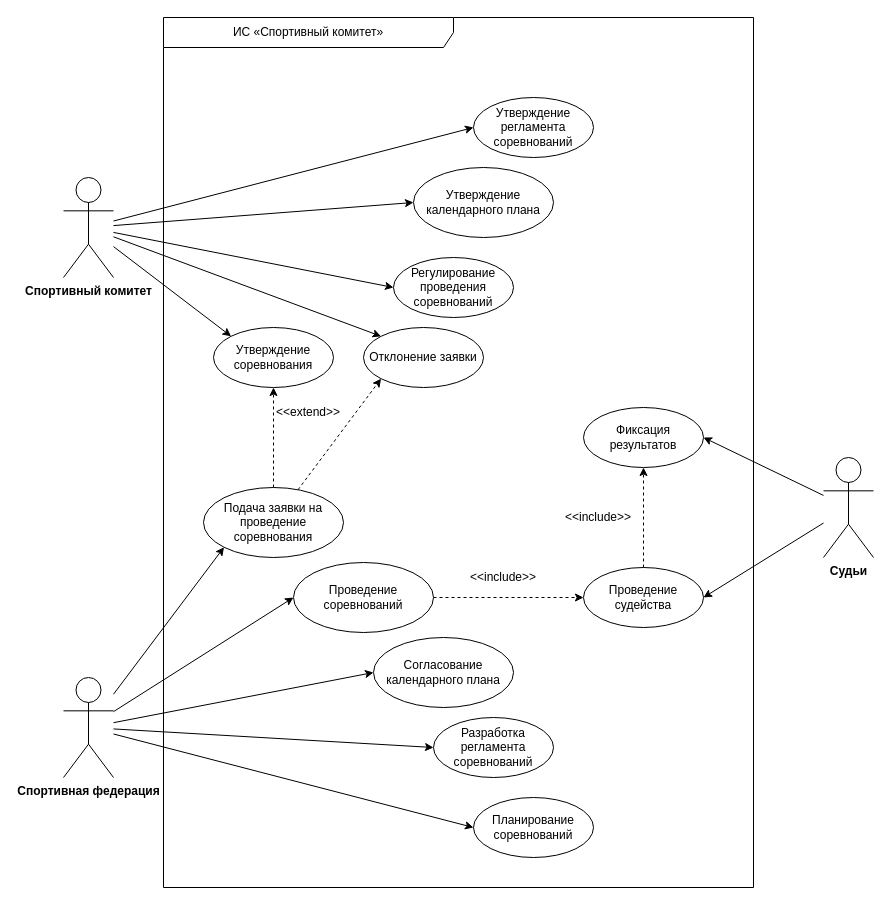
Above: page "Вариантов" (5 of 11) of Диаграммы ИС «Спортивный комитет».drawio in antonch985/Education (draw.io), before the change. Source tidied: cells renumbered, new cells numbered last; positions are measured from the earlier drawing's top-left corner, leaving out a move shared by most shapes. Both pictures are drawn from the tidied source at 100%, with x=0, y=0 at pixel (63, 17).
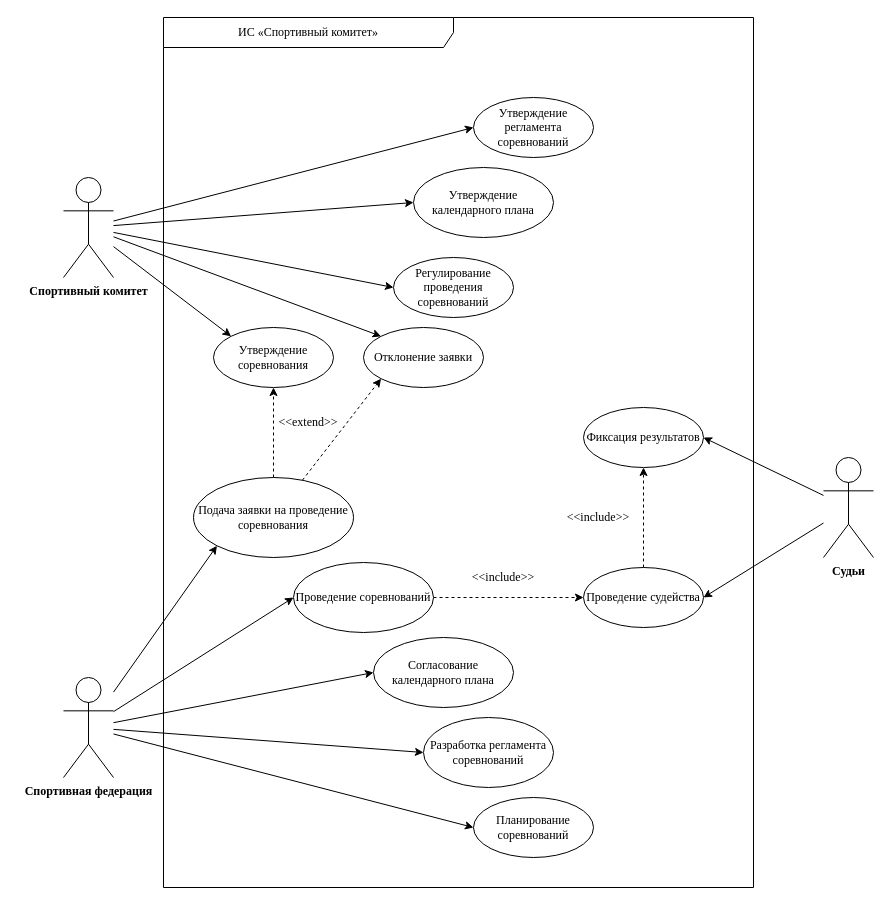
Above is the later version.

The edit, as a diff of the source:
```diff
@@
-    <mxCell id="2" style="edgeStyle=none;rounded=0;jettySize=auto;html=1;entryX=0;entryY=0;entryDx=0;entryDy=0;" parent="1" edge="1" source="7" target="23">
+    <mxCell id="2" style="edgeStyle=none;rounded=0;jettySize=auto;html=1;entryX=0;entryY=0;entryDx=0;entryDy=0;fontFamily=Times New Roman;" parent="1" edge="1" source="7" target="23">
       <mxGeometry relative="1" as="geometry" />
     </mxCell>
-    <mxCell id="3" style="edgeStyle=none;rounded=0;jettySize=auto;html=1;entryX=0;entryY=0.5;entryDx=0;entryDy=0;" parent="1" edge="1" source="7" target="26">
+    <mxCell id="3" style="edgeStyle=none;rounded=0;jettySize=auto;html=1;entryX=0;entryY=0.5;entryDx=0;entryDy=0;fontFamily=Times New Roman;" parent="1" edge="1" source="7" target="26">
       <mxGeometry relative="1" as="geometry" />
     </mxCell>
-    <mxCell id="4" style="edgeStyle=none;rounded=0;jettySize=auto;html=1;entryX=0;entryY=0.5;entryDx=0;entryDy=0;" parent="1" edge="1" source="7" target="24">
+    <mxCell id="4" style="edgeStyle=none;rounded=0;jettySize=auto;html=1;entryX=0;entryY=0.5;entryDx=0;entryDy=0;fontFamily=Times New Roman;" parent="1" edge="1" source="7" target="24">
       <mxGeometry relative="1" as="geometry" />
     </mxCell>
-    <mxCell id="5" style="edgeStyle=none;rounded=0;jettySize=auto;html=1;entryX=0;entryY=0.5;entryDx=0;entryDy=0;" parent="1" edge="1" source="7" target="25">
+    <mxCell id="5" style="edgeStyle=none;rounded=0;jettySize=auto;html=1;entryX=0;entryY=0.5;entryDx=0;entryDy=0;fontFamily=Times New Roman;" parent="1" edge="1" source="7" target="25">
       <mxGeometry relative="1" as="geometry" />
     </mxCell>
-    <mxCell id="6" style="edgeStyle=none;rounded=0;jettySize=auto;html=1;entryX=0;entryY=0;entryDx=0;entryDy=0;" parent="1" edge="1" source="7" target="34">
+    <mxCell id="6" style="edgeStyle=none;rounded=0;jettySize=auto;html=1;entryX=0;entryY=0;entryDx=0;entryDy=0;fontFamily=Times New Roman;" parent="1" edge="1" source="7" target="34">
       <mxGeometry relative="1" as="geometry" />
     </mxCell>
-    <mxCell id="7" value="Спортивный комитет" style="shape=umlActor;verticalLabelPosition=bottom;verticalAlign=top;html=1;outlineConnect=0;fontStyle=1;" parent="1" vertex="1">
+    <mxCell id="7" value="Спортивный комитет" style="shape=umlActor;verticalLabelPosition=bottom;verticalAlign=top;html=1;outlineConnect=0;fontStyle=1;fontFamily=Times New Roman;" parent="1" vertex="1">
       <mxGeometry y="160" width="50" height="100" as="geometry" />
     </mxCell>
-    <mxCell id="8" style="edgeStyle=none;rounded=0;jettySize=auto;html=1;entryX=0;entryY=0.5;entryDx=0;entryDy=0;" parent="1" edge="1" source="13" target="28">
+    <mxCell id="8" style="edgeStyle=none;rounded=0;jettySize=auto;html=1;entryX=0;entryY=0.5;entryDx=0;entryDy=0;fontFamily=Times New Roman;" parent="1" edge="1" source="13" target="28">
       <mxGeometry relative="1" as="geometry" />
     </mxCell>
-    <mxCell id="9" style="edgeStyle=none;rounded=0;jettySize=auto;html=1;entryX=0;entryY=1;entryDx=0;entryDy=0;" parent="1" edge="1" source="13" target="19">
+    <mxCell id="9" style="edgeStyle=none;rounded=0;jettySize=auto;html=1;entryX=0;entryY=1;entryDx=0;entryDy=0;fontFamily=Times New Roman;" parent="1" edge="1" source="13" target="19">
       <mxGeometry relative="1" as="geometry" />
     </mxCell>
-    <mxCell id="10" style="edgeStyle=none;rounded=0;jettySize=auto;html=1;entryX=0;entryY=0.5;entryDx=0;entryDy=0;" parent="1" edge="1" source="13" target="20">
+    <mxCell id="10" style="edgeStyle=none;rounded=0;jettySize=auto;html=1;entryX=0;entryY=0.5;entryDx=0;entryDy=0;fontFamily=Times New Roman;" parent="1" edge="1" source="13" target="20">
       <mxGeometry relative="1" as="geometry" />
     </mxCell>
-    <mxCell id="11" style="edgeStyle=none;rounded=0;jettySize=auto;html=1;entryX=0;entryY=0.5;entryDx=0;entryDy=0;" parent="1" edge="1" source="13" target="22">
+    <mxCell id="11" style="edgeStyle=none;rounded=0;jettySize=auto;html=1;entryX=0;entryY=0.5;entryDx=0;entryDy=0;fontFamily=Times New Roman;" parent="1" edge="1" source="13" target="22">
       <mxGeometry relative="1" as="geometry" />
     </mxCell>
-    <mxCell id="12" style="edgeStyle=none;rounded=0;jettySize=auto;html=1;entryX=0;entryY=0.5;entryDx=0;entryDy=0;" parent="1" edge="1" source="13" target="21">
+    <mxCell id="12" style="edgeStyle=none;rounded=0;jettySize=auto;html=1;entryX=0;entryY=0.5;entryDx=0;entryDy=0;fontFamily=Times New Roman;" parent="1" edge="1" source="13" target="21">
       <mxGeometry relative="1" as="geometry" />
     </mxCell>
-    <mxCell id="13" value="Спортивная федерация" style="shape=umlActor;verticalLabelPosition=bottom;verticalAlign=top;html=1;outlineConnect=0;fontStyle=1;" parent="1" vertex="1">
+    <mxCell id="13" value="Спортивная федерация" style="shape=umlActor;verticalLabelPosition=bottom;verticalAlign=top;html=1;outlineConnect=0;fontStyle=1;fontFamily=Times New Roman;" parent="1" vertex="1">
       <mxGeometry y="660" width="50" height="100" as="geometry" />
     </mxCell>
-    <mxCell id="14" style="edgeStyle=none;rounded=0;jettySize=auto;html=1;entryX=1;entryY=0.5;entryDx=0;entryDy=0;" parent="1" edge="1" source="16" target="29">
+    <mxCell id="14" style="edgeStyle=none;rounded=0;jettySize=auto;html=1;entryX=1;entryY=0.5;entryDx=0;entryDy=0;fontFamily=Times New Roman;" parent="1" edge="1" source="16" target="29">
       <mxGeometry relative="1" as="geometry" />
     </mxCell>
-    <mxCell id="15" style="edgeStyle=none;rounded=0;jettySize=auto;html=1;entryX=1;entryY=0.5;entryDx=0;entryDy=0;" parent="1" edge="1" source="16" target="31">
+    <mxCell id="15" style="edgeStyle=none;rounded=0;jettySize=auto;html=1;entryX=1;entryY=0.5;entryDx=0;entryDy=0;fontFamily=Times New Roman;" parent="1" edge="1" source="16" target="31">
       <mxGeometry relative="1" as="geometry" />
     </mxCell>
-    <mxCell id="16" value="Судьи" style="shape=umlActor;verticalLabelPosition=bottom;verticalAlign=top;html=1;outlineConnect=0;fontStyle=1;" parent="1" vertex="1">
+    <mxCell id="16" value="Судьи" style="shape=umlActor;verticalLabelPosition=bottom;verticalAlign=top;html=1;outlineConnect=0;fontStyle=1;fontFamily=Times New Roman;" parent="1" vertex="1">
       <mxGeometry x="760" y="440" width="50" height="100" as="geometry" />
     </mxCell>
-    <mxCell id="17" style="edgeStyle=none;rounded=0;jettySize=auto;html=1;entryX=0.5;entryY=1;entryDx=0;entryDy=0;dashed=1;" parent="1" edge="1" source="19" target="23">
+    <mxCell id="17" style="edgeStyle=none;rounded=0;jettySize=auto;html=1;entryX=0.5;entryY=1;entryDx=0;entryDy=0;dashed=1;fontFamily=Times New Roman;" parent="1" edge="1" source="19" target="23">
       <mxGeometry relative="1" as="geometry" />
     </mxCell>
-    <mxCell id="18" style="edgeStyle=none;rounded=0;jettySize=auto;html=1;entryX=0;entryY=1;entryDx=0;entryDy=0;dashed=1;" parent="1" edge="1" source="19" target="34">
+    <mxCell id="18" style="edgeStyle=none;rounded=0;jettySize=auto;html=1;entryX=0;entryY=1;entryDx=0;entryDy=0;dashed=1;fontFamily=Times New Roman;" parent="1" edge="1" source="19" target="34">
       <mxGeometry relative="1" as="geometry" />
     </mxCell>
-    <mxCell id="19" value="Подача заявки на проведение соревнования" style="ellipse;whiteSpace=wrap;html=1;" parent="1" vertex="1">
-      <mxGeometry x="140" y="470" width="140" height="70" as="geometry" />
+    <mxCell id="19" value="Подача заявки на проведение соревнования" style="ellipse;whiteSpace=wrap;html=1;fontFamily=Times New Roman;" parent="1" vertex="1">
+      <mxGeometry x="130" y="460" width="160" height="80" as="geometry" />
     </mxCell>
-    <mxCell id="20" value="Разработка регламента соревнований" style="ellipse;whiteSpace=wrap;html=1;" parent="1" vertex="1">
-      <mxGeometry x="370" y="700" width="120" height="60" as="geometry" />
+    <mxCell id="20" value="Разработка регламента соревнований" style="ellipse;whiteSpace=wrap;html=1;fontFamily=Times New Roman;" parent="1" vertex="1">
+      <mxGeometry x="360" y="700" width="130" height="70" as="geometry" />
     </mxCell>
-    <mxCell id="21" value="Согласование календарного плана" style="ellipse;whiteSpace=wrap;html=1;" parent="1" vertex="1">
+    <mxCell id="21" value="Согласование календарного плана" style="ellipse;whiteSpace=wrap;html=1;fontFamily=Times New Roman;" parent="1" vertex="1">
       <mxGeometry x="310" y="620" width="140" height="70" as="geometry" />
     </mxCell>
-    <mxCell id="22" value="Планирование соревнований" style="ellipse;whiteSpace=wrap;html=1;" parent="1" vertex="1">
+    <mxCell id="22" value="Планирование соревнований" style="ellipse;whiteSpace=wrap;html=1;fontFamily=Times New Roman;" parent="1" vertex="1">
       <mxGeometry x="410" y="780" width="120" height="60" as="geometry" />
     </mxCell>
-    <mxCell id="23" value="Утверждение соревнования" style="ellipse;whiteSpace=wrap;html=1;" parent="1" vertex="1">
+    <mxCell id="23" value="Утверждение соревнования" style="ellipse;whiteSpace=wrap;html=1;fontFamily=Times New Roman;" parent="1" vertex="1">
       <mxGeometry x="150" y="310" width="120" height="60" as="geometry" />
     </mxCell>
-    <mxCell id="24" value="Утверждение календарного плана" style="ellipse;whiteSpace=wrap;html=1;" parent="1" vertex="1">
+    <mxCell id="24" value="Утверждение календарного плана" style="ellipse;whiteSpace=wrap;html=1;fontFamily=Times New Roman;" parent="1" vertex="1">
       <mxGeometry x="350" y="150" width="140" height="70" as="geometry" />
     </mxCell>
-    <mxCell id="25" value="Утверждение регламента соревнований" style="ellipse;whiteSpace=wrap;html=1;" parent="1" vertex="1">
+    <mxCell id="25" value="Утверждение регламента соревнований" style="ellipse;whiteSpace=wrap;html=1;fontFamily=Times New Roman;" parent="1" vertex="1">
       <mxGeometry x="410" y="80" width="120" height="60" as="geometry" />
     </mxCell>
-    <mxCell id="26" value="Регулирование проведения соревнований" style="ellipse;whiteSpace=wrap;html=1;" parent="1" vertex="1">
+    <mxCell id="26" value="Регулирование проведения соревнований" style="ellipse;whiteSpace=wrap;html=1;fontFamily=Times New Roman;" parent="1" vertex="1">
       <mxGeometry x="330" y="240" width="120" height="60" as="geometry" />
     </mxCell>
-    <mxCell id="27" style="edgeStyle=none;rounded=0;jettySize=auto;html=1;entryX=0;entryY=0.5;entryDx=0;entryDy=0;dashed=1;" parent="1" edge="1" source="28" target="31">
+    <mxCell id="27" style="edgeStyle=none;rounded=0;jettySize=auto;html=1;entryX=0;entryY=0.5;entryDx=0;entryDy=0;dashed=1;fontFamily=Times New Roman;" parent="1" edge="1" source="28" target="31">
       <mxGeometry relative="1" as="geometry" />
     </mxCell>
-    <mxCell id="28" value="Проведение соревнований" style="ellipse;whiteSpace=wrap;html=1;" parent="1" vertex="1">
+    <mxCell id="28" value="Проведение соревнований" style="ellipse;whiteSpace=wrap;html=1;fontFamily=Times New Roman;" parent="1" vertex="1">
       <mxGeometry x="230" y="545" width="140" height="70" as="geometry" />
     </mxCell>
-    <mxCell id="29" value="Фиксация результатов" style="ellipse;whiteSpace=wrap;html=1;" parent="1" vertex="1">
+    <mxCell id="29" value="Фиксация результатов" style="ellipse;whiteSpace=wrap;html=1;fontFamily=Times New Roman;" parent="1" vertex="1">
       <mxGeometry x="520" y="390" width="120" height="60" as="geometry" />
     </mxCell>
-    <mxCell id="30" style="edgeStyle=none;rounded=0;jettySize=auto;html=1;entryX=0.5;entryY=1;entryDx=0;entryDy=0;dashed=1;" parent="1" edge="1" source="31" target="29">
+    <mxCell id="30" style="edgeStyle=none;rounded=0;jettySize=auto;html=1;entryX=0.5;entryY=1;entryDx=0;entryDy=0;dashed=1;fontFamily=Times New Roman;" parent="1" edge="1" source="31" target="29">
       <mxGeometry relative="1" as="geometry" />
     </mxCell>
-    <mxCell id="31" value="Проведение судейства" style="ellipse;whiteSpace=wrap;html=1;" parent="1" vertex="1">
+    <mxCell id="31" value="Проведение судейства" style="ellipse;whiteSpace=wrap;html=1;fontFamily=Times New Roman;" parent="1" vertex="1">
       <mxGeometry x="520" y="550" width="120" height="60" as="geometry" />
     </mxCell>
-    <mxCell id="32" value="&amp;lt;&amp;lt;include&amp;gt;&amp;gt;" style="text;html=1;whiteSpace=wrap;strokeColor=none;fillColor=none;align=center;verticalAlign=middle;rounded=0;" parent="1" vertex="1">
+    <mxCell id="32" value="&amp;lt;&amp;lt;include&amp;gt;&amp;gt;" style="text;html=1;whiteSpace=wrap;strokeColor=none;fillColor=none;align=center;verticalAlign=middle;rounded=0;fontFamily=Times New Roman;" parent="1" vertex="1">
       <mxGeometry x="380" y="540" width="120" height="40" as="geometry" />
     </mxCell>
-    <mxCell id="33" value="&amp;lt;&amp;lt;include&amp;gt;&amp;gt;" style="text;html=1;whiteSpace=wrap;strokeColor=none;fillColor=none;align=center;verticalAlign=middle;rounded=0;rotation=0;" parent="1" vertex="1">
+    <mxCell id="33" value="&amp;lt;&amp;lt;include&amp;gt;&amp;gt;" style="text;html=1;whiteSpace=wrap;strokeColor=none;fillColor=none;align=center;verticalAlign=middle;rounded=0;rotation=0;fontFamily=Times New Roman;" parent="1" vertex="1">
       <mxGeometry x="490" y="475" width="90" height="50" as="geometry" />
     </mxCell>
-    <mxCell id="34" value="Отклонение заявки" style="ellipse;whiteSpace=wrap;html=1;" parent="1" vertex="1">
+    <mxCell id="34" value="Отклонение заявки" style="ellipse;whiteSpace=wrap;html=1;fontFamily=Times New Roman;" parent="1" vertex="1">
       <mxGeometry x="300" y="310" width="120" height="60" as="geometry" />
     </mxCell>
-    <mxCell id="35" value="&amp;lt;&amp;lt;extend&amp;gt;&amp;gt;" style="text;html=1;whiteSpace=wrap;strokeColor=none;fillColor=none;align=center;verticalAlign=middle;rounded=0;" parent="1" vertex="1">
-      <mxGeometry x="210" y="380" width="70" height="30" as="geometry" />
+    <mxCell id="35" value="&amp;lt;&amp;lt;extend&amp;gt;&amp;gt;" style="text;html=1;whiteSpace=wrap;strokeColor=none;fillColor=none;align=center;verticalAlign=middle;rounded=0;fontFamily=Times New Roman;" parent="1" vertex="1">
+      <mxGeometry x="210" y="390" width="70" height="30" as="geometry" />
     </mxCell>
-    <mxCell id="36" value="ИС «Спортивный комитет»" style="shape=umlFrame;whiteSpace=wrap;html=1;width=290;height=30;" parent="1" vertex="1">
+    <mxCell id="36" value="ИС «Спортивный комитет»" style="shape=umlFrame;whiteSpace=wrap;html=1;width=290;height=30;fontFamily=Times New Roman;" parent="1" vertex="1">
       <mxGeometry x="100" width="590" height="870" as="geometry" />
     </mxCell>
```
